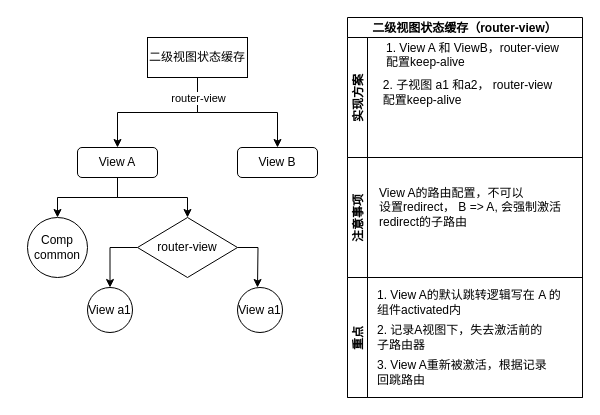
Before: page "第 3 页" (3 of 4) of 未命名绘图.drawio in LeoJ-cn/Diagrams, a draw.io diagram. Source tidied: cells renumbered, new cells numbered last; positions are measured from the earlier drawing's top-left corner, leaving out a move shared by most shapes. Both pictures are drawn from the tidied source at 100%, with x=0, y=0 at pixel (27, 17).
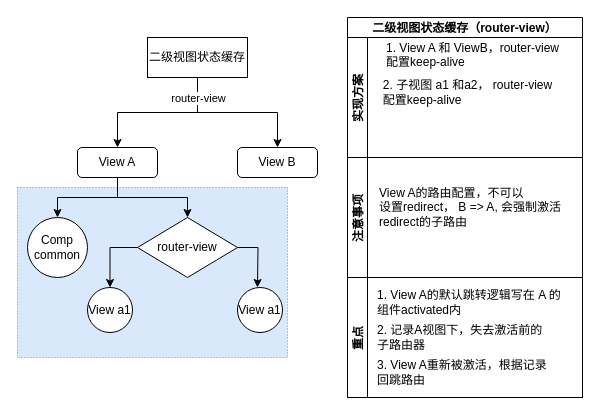
Above is the later version.

Commit message:
二级视图状态缓存（Component）.drawio

Change to the diagram source:
```diff
@@
+    <mxCell id="26" style="rounded=0;whiteSpace=wrap;html=1;dashed=1;dashPattern=1 2;fillColor=#dae8fc;strokeColor=#6c8ebf;" parent="1" vertex="1">
+      <mxGeometry x="-10" y="170" width="270" height="170" as="geometry" />
+    </mxCell>
```
